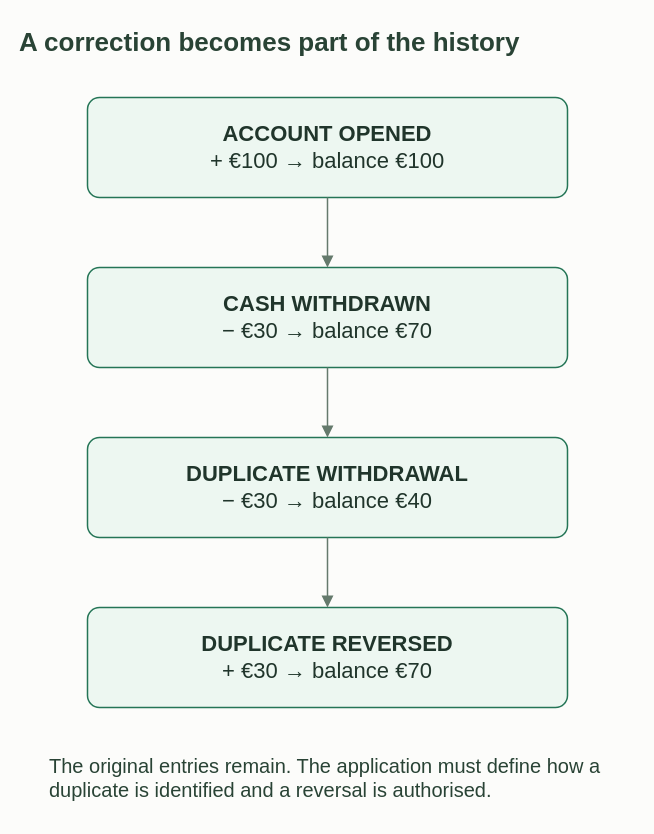
This is website/public/diagrams/correction-history.drawio from neohaskell/NeoHaskell, a draw.io file, before an edit. Source tidied: cells renumbered, new cells numbered last; positions are measured from the earlier drawing's top-left corner, leaving out a move shared by most shapes. Both pictures are drawn from the tidied source at 100%, with x=0, y=0 at pixel (17, 17).
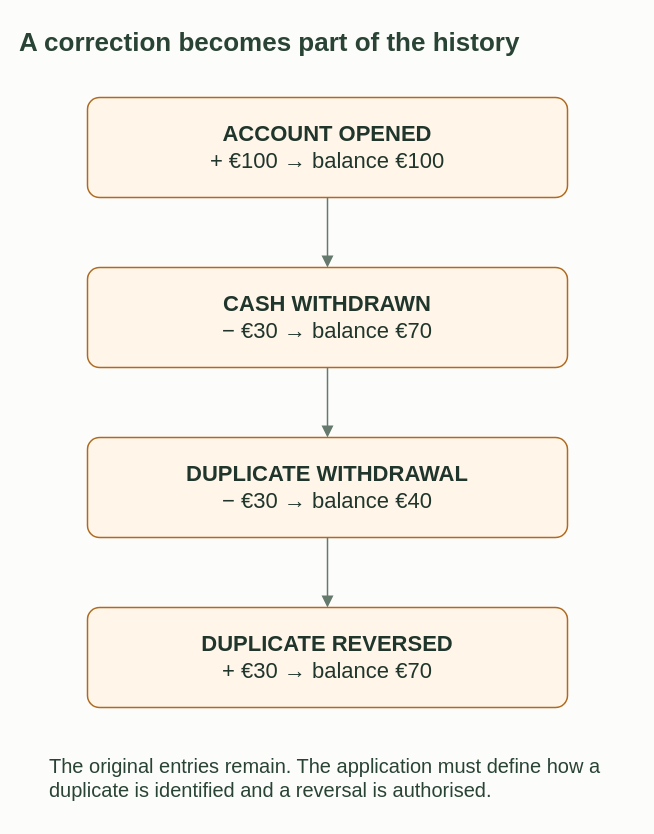
After the change.

The edit, as a diff of the source:
```diff
@@
 <mxGraphModel background="#FCFCFA">
   <root>
     <mxCell id="0" />
     <mxCell id="1" parent="0" />
     <mxCell id="2" value="A correction becomes part of the history" style="text;html=1;whiteSpace=wrap;align=left;verticalAlign=middle;fontFamily=Helvetica;fontSize=26;fontColor=#294335;fontStyle=1;" parent="1" vertex="1">
       <mxGeometry width="620" height="50" as="geometry" />
     </mxCell>
-    <mxCell id="3" value="&lt;b&gt;ACCOUNT OPENED&lt;/b&gt;&lt;br&gt;+ €100 → balance €100" style="rounded=1;arcSize=12;whiteSpace=wrap;html=1;fontFamily=Helvetica;fontSize=22;fontColor=#20352B;fillColor=#EDF7F1;strokeColor=#247556;strokeWidth=1.5;spacing=12;" parent="1" vertex="1">
+    <mxCell id="3" value="&lt;b&gt;ACCOUNT OPENED&lt;/b&gt;&lt;br&gt;+ €100 → balance €100" style="rounded=1;arcSize=12;whiteSpace=wrap;html=1;fontFamily=Helvetica;fontSize=22;fontColor=#20352B;fillColor=#FFF5E8;strokeColor=#AF6A20;strokeWidth=1.5;spacing=12;" parent="1" vertex="1">
       <mxGeometry x="70" y="80" width="480" height="100" as="geometry" />
     </mxCell>
-    <mxCell id="4" value="&lt;b&gt;CASH WITHDRAWN&lt;/b&gt;&lt;br&gt;− €30 → balance €70" style="rounded=1;arcSize=12;whiteSpace=wrap;html=1;fontFamily=Helvetica;fontSize=22;fontColor=#20352B;fillColor=#EDF7F1;strokeColor=#247556;strokeWidth=1.5;spacing=12;" parent="1" vertex="1">
+    <mxCell id="4" value="&lt;b&gt;CASH WITHDRAWN&lt;/b&gt;&lt;br&gt;− €30 → balance €70" style="rounded=1;arcSize=12;whiteSpace=wrap;html=1;fontFamily=Helvetica;fontSize=22;fontColor=#20352B;fillColor=#FFF5E8;strokeColor=#AF6A20;strokeWidth=1.5;spacing=12;" parent="1" vertex="1">
       <mxGeometry x="70" y="250" width="480" height="100" as="geometry" />
     </mxCell>
-    <mxCell id="5" value="&lt;b&gt;DUPLICATE WITHDRAWAL&lt;/b&gt;&lt;br&gt;− €30 → balance €40" style="rounded=1;arcSize=12;whiteSpace=wrap;html=1;fontFamily=Helvetica;fontSize=22;fontColor=#20352B;fillColor=#EDF7F1;strokeColor=#247556;strokeWidth=1.5;spacing=12;" parent="1" vertex="1">
+    <mxCell id="5" value="&lt;b&gt;DUPLICATE WITHDRAWAL&lt;/b&gt;&lt;br&gt;− €30 → balance €40" style="rounded=1;arcSize=12;whiteSpace=wrap;html=1;fontFamily=Helvetica;fontSize=22;fontColor=#20352B;fillColor=#FFF5E8;strokeColor=#AF6A20;strokeWidth=1.5;spacing=12;" parent="1" vertex="1">
       <mxGeometry x="70" y="420" width="480" height="100" as="geometry" />
     </mxCell>
-    <mxCell id="6" value="&lt;b&gt;DUPLICATE REVERSED&lt;/b&gt;&lt;br&gt;+ €30 → balance €70" style="rounded=1;arcSize=12;whiteSpace=wrap;html=1;fontFamily=Helvetica;fontSize=22;fontColor=#20352B;fillColor=#EDF7F1;strokeColor=#247556;strokeWidth=1.5;spacing=12;" parent="1" vertex="1">
+    <mxCell id="6" value="&lt;b&gt;DUPLICATE REVERSED&lt;/b&gt;&lt;br&gt;+ €30 → balance €70" style="rounded=1;arcSize=12;whiteSpace=wrap;html=1;fontFamily=Helvetica;fontSize=22;fontColor=#20352B;fillColor=#FFF5E8;strokeColor=#AF6A20;strokeWidth=1.5;spacing=12;" parent="1" vertex="1">
       <mxGeometry x="70" y="590" width="480" height="100" as="geometry" />
     </mxCell>
     <mxCell id="7" style="edgeStyle=orthogonalEdgeStyle;rounded=1;jettySize=auto;html=1;endArrow=block;endSize=8;strokeWidth=1.5;strokeColor=#657A6C;fontFamily=Helvetica;fontSize=19;fontColor=#294335;labelBackgroundColor=#FCFCFA;exitX=0.5;exitY=1;entryX=0.5;entryY=0;" parent="1" edge="1" source="3" target="4">
       <mxGeometry relative="1" as="geometry" />
     </mxCell>
     <mxCell id="8" style="edgeStyle=orthogonalEdgeStyle;rounded=1;jettySize=auto;html=1;endArrow=block;endSize=8;strokeWidth=1.5;strokeColor=#657A6C;fontFamily=Helvetica;fontSize=19;fontColor=#294335;labelBackgroundColor=#FCFCFA;exitX=0.5;exitY=1;entryX=0.5;entryY=0;" parent="1" edge="1" source="4" target="5">
       <mxGeometry relative="1" as="geometry" />
     </mxCell>
     <mxCell id="9" style="edgeStyle=orthogonalEdgeStyle;rounded=1;jettySize=auto;html=1;endArrow=block;endSize=8;strokeWidth=1.5;strokeColor=#657A6C;fontFamily=Helvetica;fontSize=19;fontColor=#294335;labelBackgroundColor=#FCFCFA;exitX=0.5;exitY=1;entryX=0.5;entryY=0;" parent="1" edge="1" source="5" target="6">
       <mxGeometry relative="1" as="geometry" />
     </mxCell>
     <mxCell id="10" value="The original entries remain. The application must define how a duplicate is identified and a reversal is authorised." style="text;html=1;whiteSpace=wrap;align=left;verticalAlign=middle;fontFamily=Helvetica;fontSize=20;fontColor=#294335;fontStyle=0;" parent="1" vertex="1">
       <mxGeometry x="30" y="720" width="560" height="80" as="geometry" />
     </mxCell>
   </root>
 </mxGraphModel>
```
